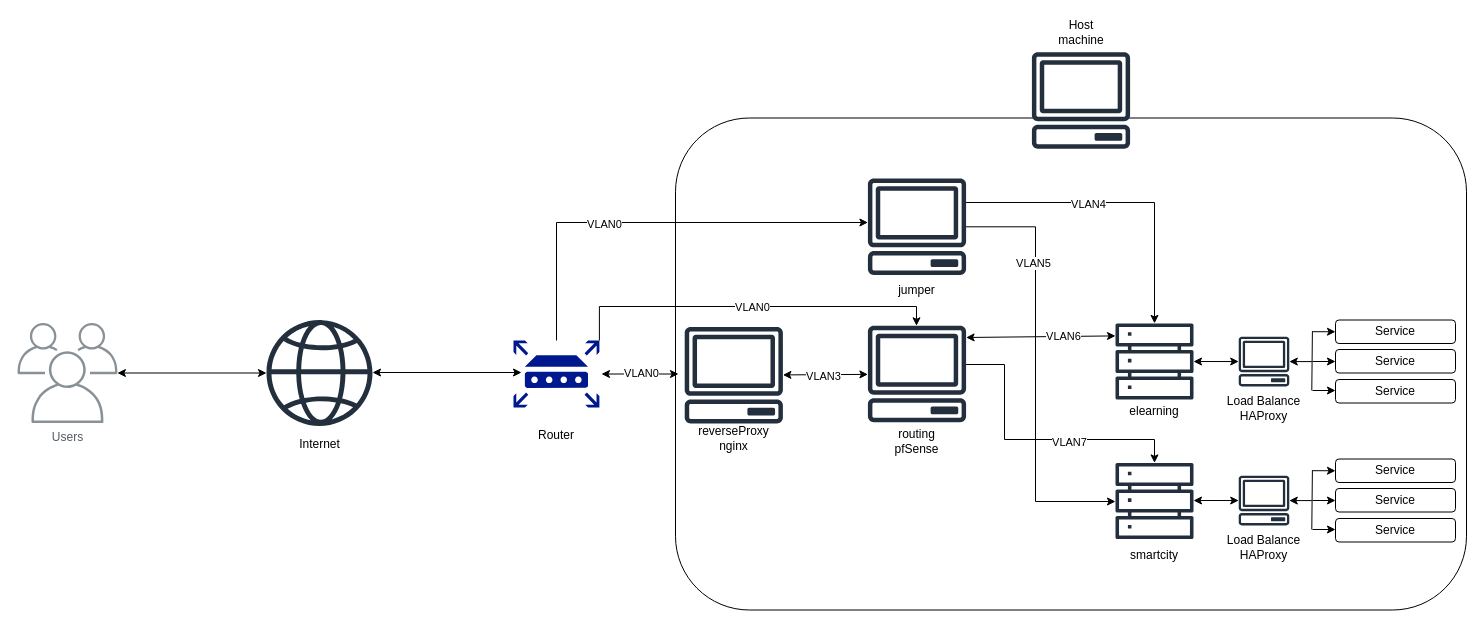
This is sis.drawio from duy12i1i7/draw.io, a draw.io file, before an edit. Source tidied: cells renumbered, new cells numbered last; positions are measured from the earlier drawing's top-left corner, leaving out a move shared by most shapes. Both pictures are drawn from the tidied source at 100%, with x=0, y=0 at pixel (17, 17).
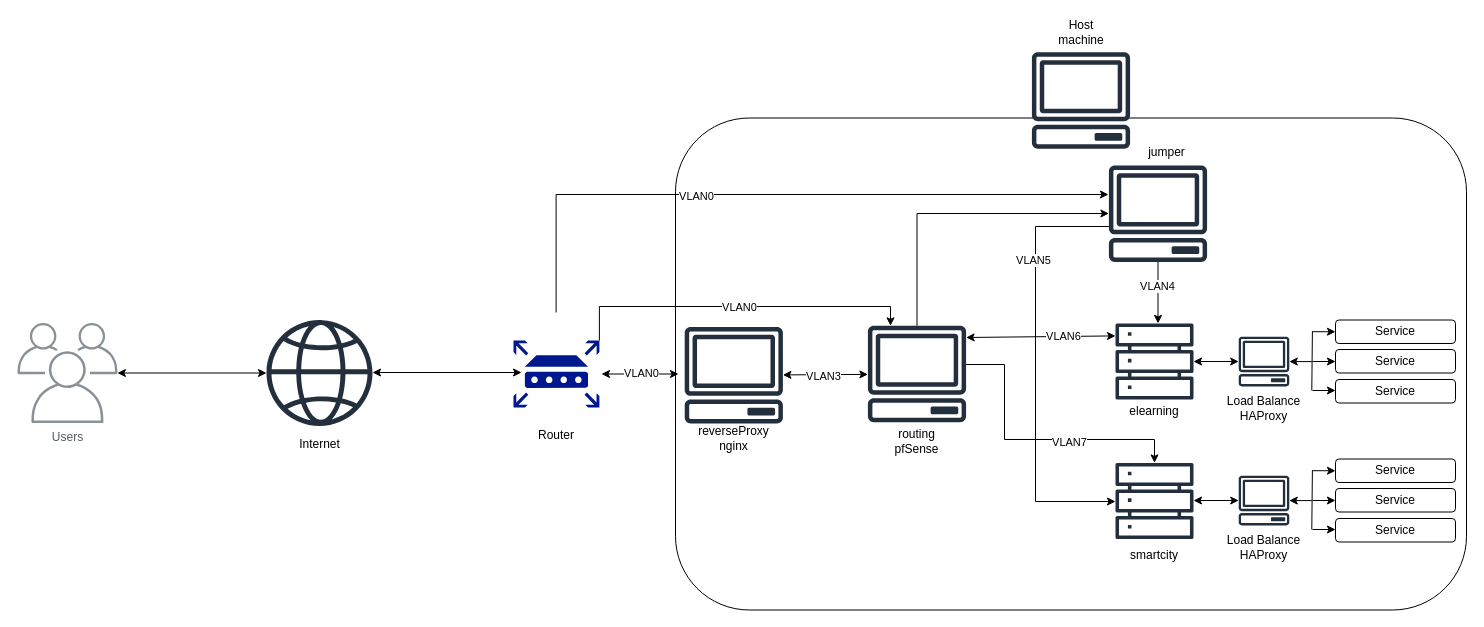
The same page after the edit.

Commit message:
Cập nhật sis.drawio

Unchanged cells that the change refers to:
```xml
<mxCell id="7" style="sketch=0;outlineConnect=0;fontColor=#232F3E;gradientColor=none;fillColor=#232F3D;strokeColor=none;dashed=0;verticalLabelPosition=bottom;verticalAlign=top;align=center;html=1;fontSize=12;fontStyle=0;shape=mxgraph.aws4.client;" parent="1" vertex="1">
  <mxGeometry x="850" y="308.3" width="99" height="96.5" as="geometry" />
</mxCell>
<mxCell id="22" style="sketch=0;shadow=0;dashed=0;html=1;strokeColor=none;labelPosition=center;verticalLabelPosition=bottom;verticalAlign=top;align=center;fillColor=#00188D;shape=mxgraph.mscae.enterprise.router;" parent="1" vertex="1">
  <mxGeometry x="496" y="323" width="85.9" height="67" as="geometry" />
</mxCell>
```

Change to the diagram source:
```diff
@@
+    <mxCell id="61" style="edgeStyle=orthogonalEdgeStyle;rounded=0;jettySize=auto;html=1;" parent="1" edge="1" source="7" target="59">
+      <mxGeometry relative="1" as="geometry">
+        <Array as="points">
+          <mxPoint x="900" y="196" />
+        </Array>
+      </mxGeometry>
+    </mxCell>
@@
-    <mxCell id="18" style="edgeStyle=orthogonalEdgeStyle;rounded=0;jettySize=auto;html=1;" parent="1" edge="1" source="22" target="59">
+    <mxCell id="18" style="edgeStyle=orthogonalEdgeStyle;rounded=0;orthogonalLoop=1;jettySize=auto;html=1;" parent="1" edge="1">
       <mxGeometry relative="1" as="geometry">
+        <mxPoint x="538.6" y="295" as="sourcePoint" />
+        <mxPoint x="1091" y="177" as="targetPoint" />
         <Array as="points">
-          <mxPoint x="539" y="205" />
+          <mxPoint x="538.6" y="177" />
         </Array>
       </mxGeometry>
     </mxCell>
@@
     <mxCell id="20" style="edgeStyle=orthogonalEdgeStyle;rounded=0;jettySize=auto;html=1;exitX=1;exitY=0;exitDx=0;exitDy=0;exitPerimeter=0;" parent="1" edge="1" source="22" target="7">
       <mxGeometry relative="1" as="geometry">
         <Array as="points">
           <mxPoint x="582" y="289" />
-          <mxPoint x="899" y="289" />
+          <mxPoint x="873" y="289" />
         </Array>
       </mxGeometry>
     </mxCell>
@@
     <mxCell id="59" style="sketch=0;outlineConnect=0;fontColor=#232F3E;gradientColor=none;fillColor=#232F3D;strokeColor=none;dashed=0;verticalLabelPosition=bottom;verticalAlign=top;align=center;html=1;fontSize=12;fontStyle=0;shape=mxgraph.aws4.client;" parent="1" vertex="1">
-      <mxGeometry x="850" y="161" width="99" height="96.5" as="geometry" />
+      <mxGeometry x="1091" y="148" width="99" height="96.5" as="geometry" />
     </mxCell>
     <mxCell id="60" value="jumper" style="text;html=1;align=center;verticalAlign=middle;whiteSpace=wrap;rounded=0;" parent="1" vertex="1">
-      <mxGeometry x="857.2" y="257.5" width="84.5" height="30" as="geometry" />
+      <mxGeometry x="1107" y="120" width="84.5" height="30" as="geometry" />
     </mxCell>
```
